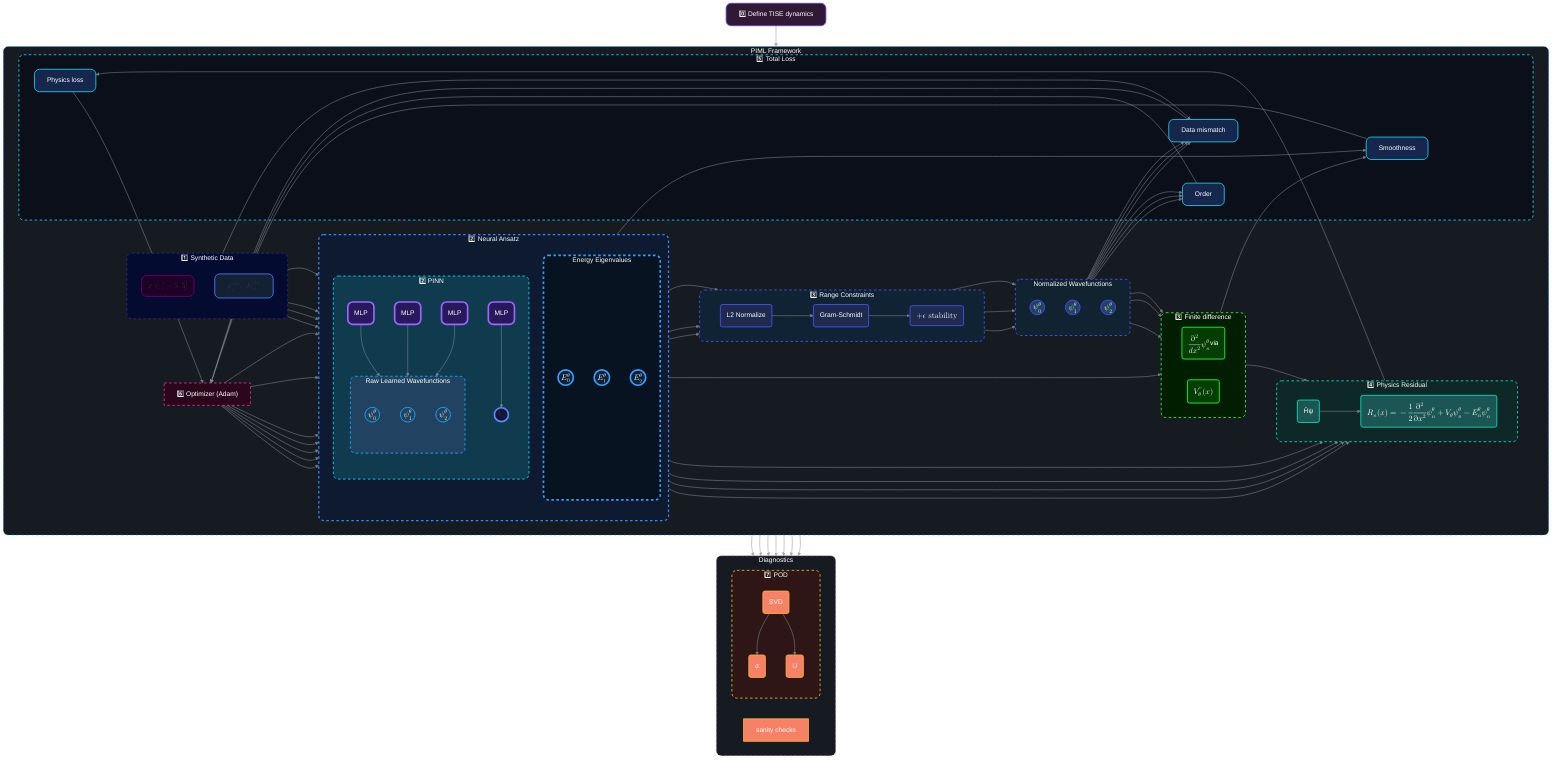
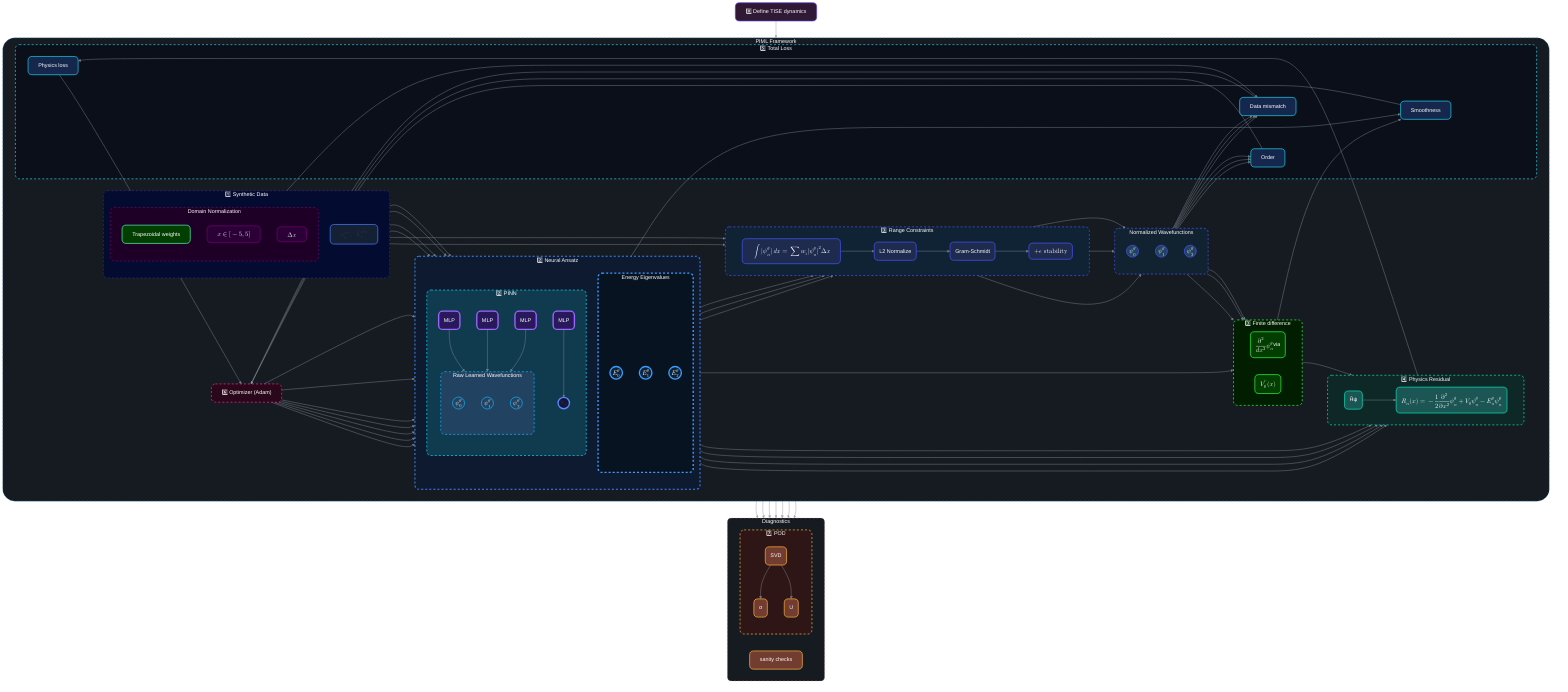
%%{ init: {
        "theme": "dark",
        "themeVariables": {
            "background": "#0D1117",
            "lineColor": "#14B5FF",
            "textColor": "#ffffff",
            "fontFamily": "'Aclonica', sans-serif",
            "borderRadius": "14"
        },
        "flowchart": {
            "curve": "basis",
            "nodeSpacing": 30,
            "rankSpacing": 50
        },
        "handDrawn": true
    } }%%

flowchart TB

%% ==============================
%% COLOR CLASSES (your palette)
%% ==============================
style step0 fill:#301934,stroke:#5D3FD3,stroke-width:2px,color:#ffffff,rx:12,ry:12;
- style PIML fill:#161b22,stroke:#14b5ff,stroke-dasharray:6 6,color:#ffffff,rx:12,ry:12;
+ style PIML fill:#161b22,stroke:#14b5ff,stroke-dasharray:6 6,color:#ffffff,rx:36,ry:36;
style synthetic_data fill:#040b30,stroke:#5D3FD3,stroke-dasharray:6 6,color:#ffffff,rx:12,ry:12;
- style spatial_grid fill:#1E0026,stroke:#750071,stroke-width:2px,color:#ffffff,rx:12,ry:12;
+ style domain_norm fill:#1E0026,stroke:#750071,stroke-width:2px,color:#ffffff,rx:12,ry:12,stroke-dasharray:6 6,rx:12,ry:12;
+ style trap fill:#023e00,stroke:#57ffbc,color:#ffffff,stroke-width:2px,rx:12,ry:12;
style observed_data fill:#142034,stroke:#5280ff,stroke-width:2px,color:#ffffff,rx:12,ry:12;
style neural_ansatz fill:#0d1a30,stroke:#3b82ff,stroke-width:3px,color:#ffffff,stroke-dasharray:6 6,rx:12px, ry:12px;
style energy_eigenvalues fill:#071320,stroke:#3b9eff,stroke-width:4px,color:#ffffff,stroke-dasharray: 6 6, rx:12px, ry:12px;
style PINN fill:#103b4f,stroke:#00E8FF,stroke-width:2px,color:#ffffff,stroke-dasharray: 6 6,rx:12,ry:12;
style raw_wavefunctions fill:#224261,stroke:#14B5FF,stroke-width:2px,stroke-dasharray:6 6,color:#ffffff,rx:12,ry:12;
style normalization fill:#0f2335,stroke:#4b54ff,color:#ffffff,stroke-width:2px, stroke-dasharray: 6 6, rx:12, ry:12;
style normalized_wavefunctions fill:#112230,color:#ffffff,stroke:#4b54ff,stroke-width:2px,stroke-dasharray:6 6,rx:12,ry:12;
style finite_difference fill:#011e00,stroke:#31ff48,color:#ffffff,stroke-width:2px,stroke-dasharray:6 6,rx:12,ry:12;
style residual fill:#0d2827,stroke:#03E8BD,stroke-width:2px,color:#ffffff,stroke-dasharray:6 6,rx:12px,ry:12px;
style diagnostics fill:#161b22,stroke:#f68080,stroke-dasharray:6 6,color:#ffffff,rx:12,ry:12;
style pod fill:#2f1616,stroke:#FEB538,color:#ffffff,stroke-width:2px,stroke-dasharray:6 6,rx:12px,ry:12px;
style loss fill:#0a0f1a,stroke:#22d3ee,stroke-width:2px,color:#ffffff,stroke-dasharray:6 6,rx:12px, ry:12px;
- 
- 
- classDef MLP fill:#2a185c,stroke:#9a66ff,stroke-width:4px,color:#ffffff,rx:12px, ry:12px;
style potential fill:#11163a,stroke:#5f88ff,stroke-width:4px,color:#ffffff,rx:12px, ry:12px;
- classDef norm fill:#1e2b4e,stroke:#4b54ff,color:#ffffff,stroke-width:2px;
+ 
+ 
+ classDef spatial_stencil fill:#2a0037,stroke:#750071,stroke-width:2px,color:#ffffff,rx:12,ry:12;
+ classDef MLP fill:#2a185c,stroke:#9a66ff,stroke-width:4px,color:#ffffff,rx:12px,ry:12px;
+ classDef norm fill:#1e2b4e,stroke:#4b54ff,color:#ffffff,stroke-width:2px,rx:12px,ry:12px;
classDef energy fill:#0d2238,stroke:#3b9eff,stroke-width:4px,color:#ffffff,rx:12px, ry:12px;
classDef psiraw fill:#224261,stroke:#14B5FF,color:#ffffff,stroke-width:2px,rx:12,ry:12;
classDef psinorm fill:#224261,stroke:#4b54ff,stroke-width:2px,color:#ffffff,rx:12,ry:12;
- classDef stencil fill:#023e00,stroke:#31ff48,color:#ffffff,stroke-width:2px;
- classDef physics fill:#1c5654,stroke:#03E8BD,color:#ffffff,stroke-width:2px;
- classDef opt fill:#2a071b,stroke:#FE28A2,color:#ffffff,stroke-width:2px,stroke-dasharray:6 6;
- classDef diag fill:#F78166,stroke:#FEB538,color:#ffffff,stroke-width:2px;
+ classDef stencil fill:#023e00,stroke:#31ff48,color:#ffffff,stroke-width:2px,rx:12,ry:12;
+ classDef physics fill:#1c5654,stroke:#03E8BD,color:#ffffff,stroke-width:2px,rx:12,ry:12;
+ classDef opt fill:#2a071b,stroke:#FE28A2,color:#ffffff,stroke-width:2px,stroke-dasharray:6 6,rx:12,ry:12;
+ classDef diag fill:#723c30,stroke:#FEB538,color:#ffffff,stroke-width:2px,rx:12,ry:12;
classDef loss_terms fill:#15274d,stroke:#22d3ee,stroke-width:2px,color:#ffffff,rx:12px, ry:12px;


%% ==============================
%% NODES (smaller circles)
%% ==============================
potential(("$$V_\theta$$")):::model

psi0_raw(("$$\psi_0^\theta$$")):::psiraw
psi1_raw(("$$\psi_1^\theta$$")):::psiraw
psi2_raw(("$$\psi_2^\theta$$")):::psiraw

psi0(("$$\psi_0^\theta$$")):::psinorm
psi1(("$$\psi_1^\theta$$")):::psinorm
psi2(("$$\psi_2^\theta$$")):::psinorm

E0(("$$E_0^\theta$$")):::energy
E1(("$$E_1^\theta$$")):::energy
E2(("$$E_2^\theta$$")):::energy

%% ==============================
%% PIPELINE
%% ==============================
subgraph PIML["PIML Framework"]
direction LR

    subgraph synthetic_data["1️⃣ Synthetic Data"]
    direction TB
-         spatial_grid("$$x\in[-5, 5]$$")
+         subgraph domain_norm["Domain Normalization"]
+             spatial_grid["$$x\in[-5, 5]$$"]:::spatial_stencil
+             deltax["$$\Delta x$$"]:::spatial_stencil
+             trap["Trapezoidal weights"]
+         end
+ 
+ 
        observed_data["$$\rho_n^\text{obs}, \ E_n^\text{obs}$$"]
    end

    subgraph neural_ansatz["2️⃣ Neural Ansatz"]
    direction TB
        subgraph energy_eigenvalues["Energy Eigenvalues"]
            E0
            E1
            E2
        end

        subgraph PINN["2️⃣ PINN"]
        direction TB

            subgraph raw_wavefunctions["Raw Learned Wavefunctions"]
            direction TB
                psi0_raw
                psi1_raw
                psi2_raw
            end

            MLP1("MLP"):::MLP --> potential
            MLP2("MLP"):::MLP --> psi0_raw
            MLP3("MLP"):::MLP --> psi1_raw
            MLP4("MLP"):::MLP --> psi2_raw
        end
    end

    subgraph normalization["3️⃣ Range Constraints"]
    direction LR
+         apply_trapezoidal_weights["$$\int|\psi_n^\theta |\, dx=\sum{w_i |\psi_n^\theta |^2 \Delta x}$$"]:::norm
        norm1("L2 Normalize"):::norm
        gs("Gram-Schmidt"):::norm
        eps("$$+\epsilon \ \text{stability}$$"):::norm
    end

    subgraph normalized_wavefunctions["Normalized Wavefunctions"]
    direction TB
        psi0
        psi1
        psi2
    end

    subgraph finite_difference["3️⃣ Finite difference"]
    direction LR
        eigenfunction_stencil("$$\frac{\partial^2}{dx^2}\psi_n^\theta$$ via"):::stencil
        potential_stencil("$$V_\theta''(x)$$"):::stencil
    end

    subgraph residual["4️⃣ Physics Residual"]
    direction LR
        H("Ĥψ"):::physics
        R("$$R_n(x)=-\frac{1}{2}\frac{\partial^2}{\partial x^2}\psi_n^\theta + V_\theta\psi_n^\theta-E_n^\theta\psi_n^\theta $$"):::physics
    end

    subgraph loss["5️⃣  Total Loss"]
        Lp["Physics loss"]:::loss_terms
        Ln["Order"]:::loss_terms
        Ls["Smoothness"]:::loss_terms
        Ld["Data mismatch"]:::loss_terms
    end

    opt["6️⃣  Optimizer (Adam)"]:::opt

    %% FLOW
    spatial_grid --> MLP1
    spatial_grid --> MLP2
    spatial_grid --> MLP3
    spatial_grid --> MLP4

+     deltax --> apply_trapezoidal_weights
+     trap --> apply_trapezoidal_weights
+ 
    psi0_raw --> norm1
    psi1_raw --> norm1
    psi2_raw --> norm1
+ 
+     apply_trapezoidal_weights --> norm1

    norm1 --> gs

    gs --> psi0
    gs --> psi1
    gs --> eps

    eps --> psi2

    psi0 --> eigenfunction_stencil
    psi1 --> eigenfunction_stencil
    psi2 --> eigenfunction_stencil

    potential --> potential_stencil

    eigenfunction_stencil --> H
    potential --> H
    E0 --> H
    E1 --> H
    E2 --> H

    H --> R --> Lp

    psi0 --> Ln
    psi1 --> Ln
    psi2 --> Ln

    potential --> Ls
    potential_stencil --> Ls

    psi0 --> Ld
    psi1 --> Ld
    psi2 --> Ld
    observed_data --> Ld

    Lp --> opt
    Ln --> opt
    Ls --> opt
    Ld --> opt

    opt --> MLP1
    opt --> MLP2
    opt --> MLP3
    opt --> MLP4
    opt --> E0
    opt --> E1
    opt --> E2

end

step0["0️⃣ Define TISE dynamics"] --> PIML

%% ==============================
%% DIAGNOSTICS
%% ==============================
subgraph diagnostics["Diagnostics"]

    sanity["sanity checks"]:::diag

    subgraph pod["7️⃣ POD"]
        SVD("SVD"):::diag
        spec("σ"):::diag
        modes("U"):::diag

        SVD --> spec
        SVD --> modes
    end

end

psi0 --> diagnostics
psi1 --> diagnostics
psi2 --> diagnostics

E0 --> diagnostics
E1 --> diagnostics
E2 --> diagnostics

potential --> diagnostics

%% ==============================
%% LINKS (subtle)
%% ==============================
- linkStyle default stroke:#8b949e,stroke-width:1.5px,opacity:0.8+ linkStyle default stroke:#8b949e,stroke-width:1.5px,opacity:0.8
